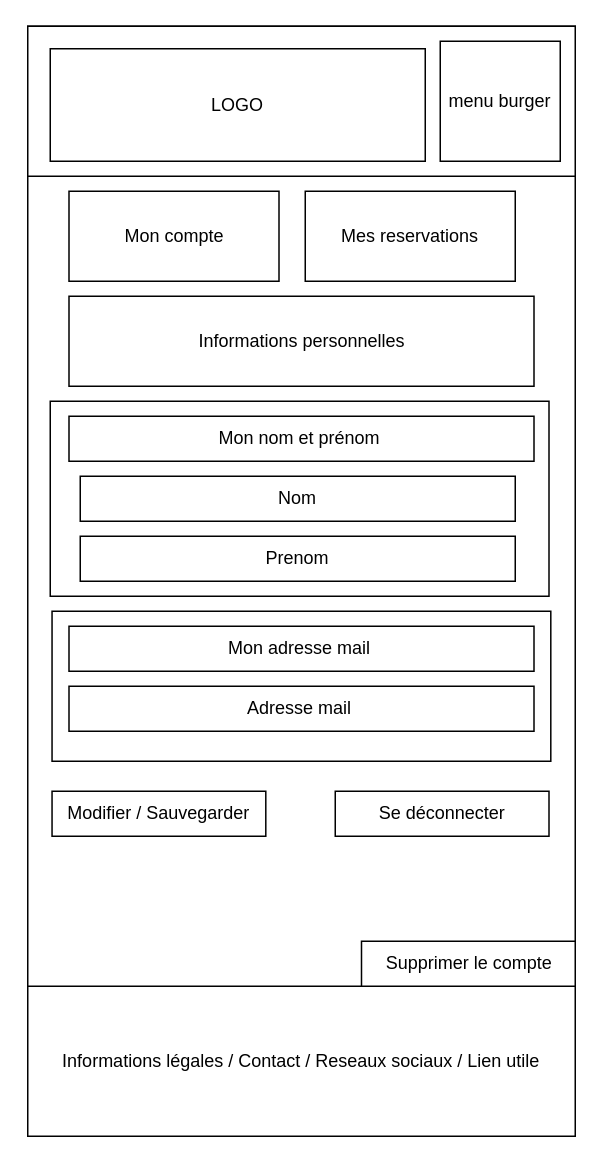
This is page "Mon compte" (4 of 9) of doc/wireframe_mobile.drawio from SeguierJonathan/ZombieLand, a draw.io file, before an edit. Source tidied: cells renumbered, new cells numbered last; positions are measured from the earlier drawing's top-left corner, leaving out a move shared by most shapes. Both pictures are drawn from the tidied source at 150%, with x=0, y=0 at pixel (27, 26).
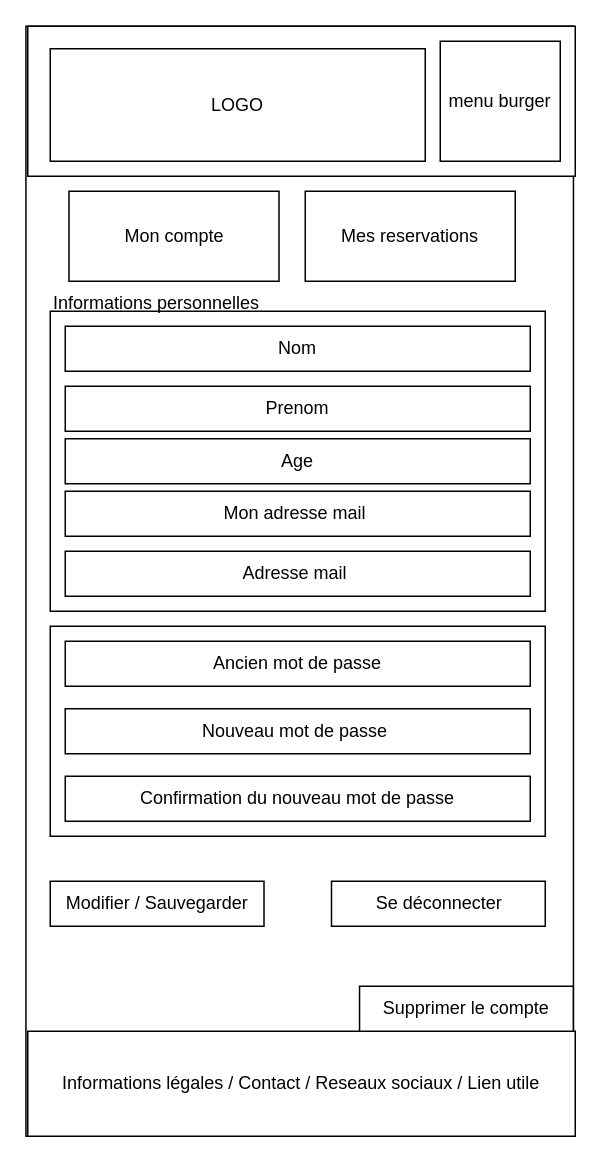
The same page after the edit.

Change to the diagram source:
```diff
@@
     <mxCell id="2" style="rounded=0;whiteSpace=wrap;html=1;" parent="1" vertex="1">
-      <mxGeometry width="365" height="740" as="geometry" />
+      <mxGeometry x="-1.2" width="365" height="740" as="geometry" />
     </mxCell>
-    <mxCell id="3" style="rounded=0;whiteSpace=wrap;html=1;" parent="1" vertex="1">
-      <mxGeometry x="16.2" y="390" width="332.5" height="100" as="geometry" />
-    </mxCell>
-    <mxCell id="4" style="rounded=0;whiteSpace=wrap;html=1;" parent="1" vertex="1">
-      <mxGeometry x="15" y="250" width="332.5" height="130" as="geometry" />
-    </mxCell>
+    <mxCell id="20" style="rounded=0;whiteSpace=wrap;html=1;" parent="1" vertex="1">
+      <mxGeometry x="15" y="400" width="330" height="140" as="geometry" />
+    </mxCell>
+    <mxCell id="21" style="rounded=0;whiteSpace=wrap;html=1;" parent="1" vertex="1">
+      <mxGeometry x="15" y="190" width="330" height="200" as="geometry" />
+    </mxCell>
     <mxCell id="5" value="Informations légales / Contact / Reseaux sociaux / Lien utile" style="rounded=0;whiteSpace=wrap;html=1;" parent="1" vertex="1">
-      <mxGeometry y="640" width="365" height="100" as="geometry" />
+      <mxGeometry y="670" width="365" height="70" as="geometry" />
     </mxCell>
@@
-    <mxCell id="9" value="Informations personnelles" style="rounded=0;whiteSpace=wrap;html=1;" parent="1" vertex="1">
-      <mxGeometry x="27.5" y="180" width="310" height="60" as="geometry" />
-    </mxCell>
-    <mxCell id="10" value="Mon nom et prénom&amp;nbsp;" style="rounded=0;whiteSpace=wrap;html=1;" parent="1" vertex="1">
-      <mxGeometry x="27.5" y="260" width="310" height="30" as="geometry" />
-    </mxCell>
     <mxCell id="11" value="Mon adresse mail&amp;nbsp;" style="rounded=0;whiteSpace=wrap;html=1;" parent="1" vertex="1">
-      <mxGeometry x="27.5" y="400" width="310" height="30" as="geometry" />
+      <mxGeometry x="25" y="310" width="310" height="30" as="geometry" />
     </mxCell>
     <mxCell id="12" value="Adresse mail&amp;nbsp;" style="rounded=0;whiteSpace=wrap;html=1;" parent="1" vertex="1">
-      <mxGeometry x="27.5" y="440" width="310" height="30" as="geometry" />
+      <mxGeometry x="25" y="350" width="310" height="30" as="geometry" />
     </mxCell>
     <mxCell id="13" value="Nom" style="rounded=0;whiteSpace=wrap;html=1;" parent="1" vertex="1">
-      <mxGeometry x="35" y="300" width="290" height="30" as="geometry" />
+      <mxGeometry x="25" y="200" width="310" height="30" as="geometry" />
     </mxCell>
     <mxCell id="14" value="Modifier / Sauvegarder" style="rounded=0;whiteSpace=wrap;html=1;" parent="1" vertex="1">
-      <mxGeometry x="16.2" y="510" width="142.5" height="30" as="geometry" />
+      <mxGeometry x="15" y="570" width="142.5" height="30" as="geometry" />
     </mxCell>
     <mxCell id="15" value="Supprimer le compte" style="rounded=0;whiteSpace=wrap;html=1;" parent="1" vertex="1">
-      <mxGeometry x="222.5" y="610" width="142.5" height="30" as="geometry" />
+      <mxGeometry x="221.2" y="640" width="142.5" height="30" as="geometry" />
     </mxCell>
     <mxCell id="16" value="Prenom" style="rounded=0;whiteSpace=wrap;html=1;" parent="1" vertex="1">
-      <mxGeometry x="35" y="340" width="290" height="30" as="geometry" />
+      <mxGeometry x="25" y="240" width="310" height="30" as="geometry" />
     </mxCell>
@@
     <mxCell id="19" value="Se déconnecter" style="rounded=0;whiteSpace=wrap;html=1;" parent="1" vertex="1">
-      <mxGeometry x="205" y="510" width="142.5" height="30" as="geometry" />
+      <mxGeometry x="202.5" y="570" width="142.5" height="30" as="geometry" />
     </mxCell>
+    <mxCell id="22" value="Nouveau mot de passe&amp;nbsp;" style="rounded=0;whiteSpace=wrap;html=1;" parent="1" vertex="1">
+      <mxGeometry x="25" y="455" width="310" height="30" as="geometry" />
+    </mxCell>
+    <mxCell id="23" value="Ancien mot de passe" style="rounded=0;whiteSpace=wrap;html=1;" parent="1" vertex="1">
+      <mxGeometry x="25" y="410" width="310" height="30" as="geometry" />
+    </mxCell>
+    <mxCell id="24" value="Confirmation du nouveau mot de passe" style="rounded=0;whiteSpace=wrap;html=1;" parent="1" vertex="1">
+      <mxGeometry x="25" y="500" width="310" height="30" as="geometry" />
+    </mxCell>
+    <mxCell id="9" value="Informations personnelles" style="text;html=1;align=center;verticalAlign=middle;whiteSpace=wrap;rounded=0;" parent="1" vertex="1">
+      <mxGeometry x="6.2" y="170" width="160" height="30" as="geometry" />
+    </mxCell>
+    <mxCell id="25" value="Age" style="rounded=0;whiteSpace=wrap;html=1;" parent="1" vertex="1">
+      <mxGeometry x="25" y="275" width="310" height="30" as="geometry" />
+    </mxCell>
```
